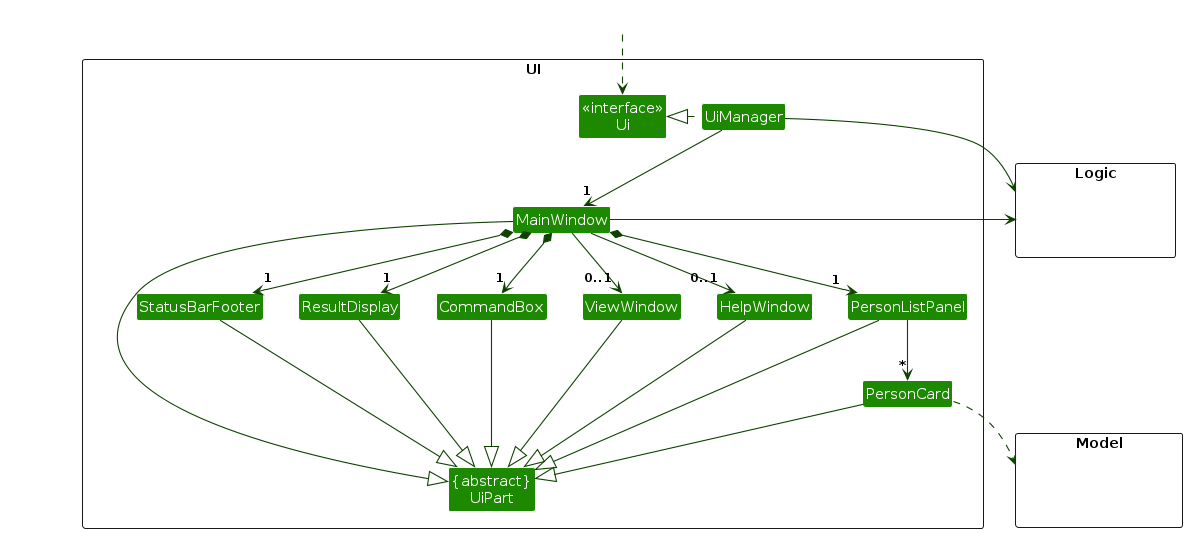
This is diagrams/UiClassDiagram.png from AY2425S1-CS2103-F10-2/tp, a PlantUML export, as it was before one commit. Its source is kept beside it as diagrams/UiClassDiagram.puml.
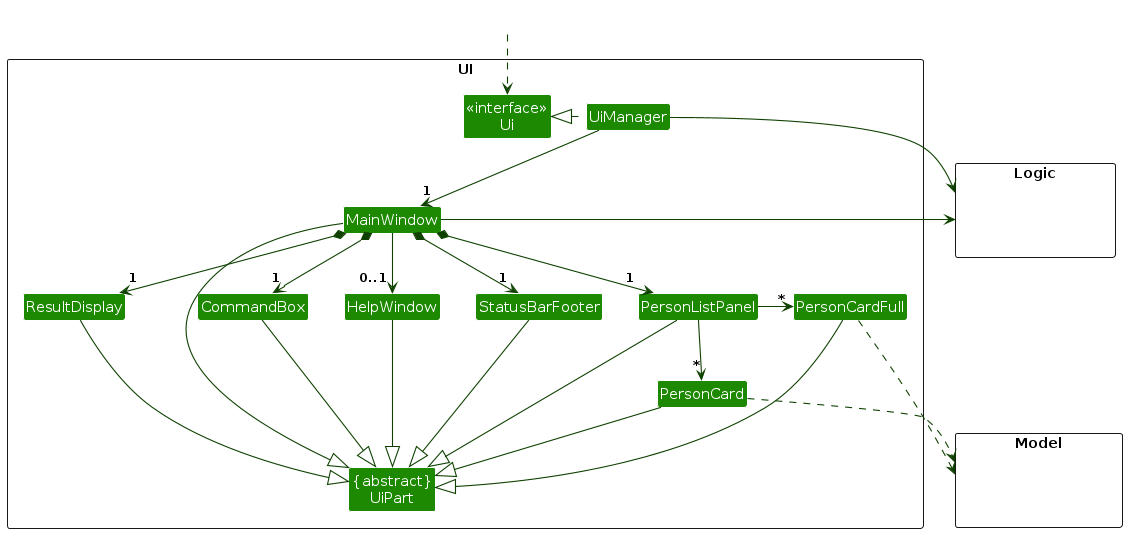
Later version of the same file.

Diff of the diagram source:
```diff
@@ -9,11 +9,11 @@
 Class "{abstract}\nUiPart" as UiPart
 Class UiManager
 Class MainWindow
-Class ViewWindow
 Class HelpWindow
 Class ResultDisplay
 Class PersonListPanel
 Class PersonCard
+Class PersonCardFull
 Class StatusBarFooter
 Class CommandBox
 }
@@ -36,9 +36,9 @@
 MainWindow *-down-> "1" PersonListPanel
 MainWindow *-down-> "1" StatusBarFooter
 MainWindow --> "0..1" HelpWindow
-MainWindow --> "0..1" ViewWindow
 
-PersonListPanel -down-> "*" PersonCard
+PersonListPanel -right-> "*" PersonCard
+PersonListPanel -right-> "*" PersonCardFull
 
 MainWindow -left-|> UiPart
 
@@ -46,19 +46,20 @@
 CommandBox --|> UiPart
 PersonListPanel --|> UiPart
 PersonCard --|> UiPart
+PersonCardFull --|> UiPart
 StatusBarFooter --|> UiPart
 HelpWindow --|> UiPart
-ViewWindow --|> UiPart
 
 PersonCard ..> Model
+PersonCardFull ..> Model
 UiManager -right-> Logic
 MainWindow -left-> Logic
 
 PersonListPanel -[hidden]left- HelpWindow
-HelpWindow -[hidden]left- ViewWindow
-ViewWindow -[hidden]left- CommandBox
+HelpWindow -[hidden]left- CommandBox
 CommandBox -[hidden]left- ResultDisplay
 ResultDisplay -[hidden]left- StatusBarFooter
+PersonCardFull -[hidden]down- PersonCard
 
 MainWindow -[hidden]-|> UiPart
 @enduml
```
